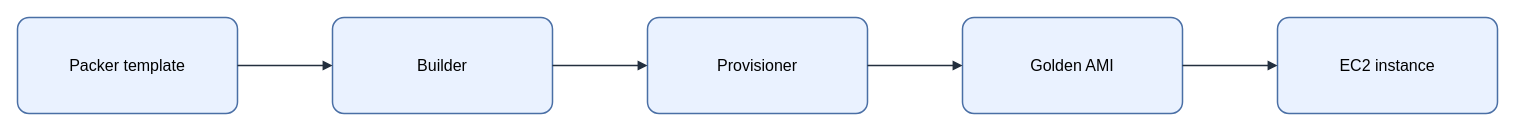
Earlier version of the draw.io diagram assets/img/iac/packer-golden-image-flow.drawio (KKamJi98/kkamji98.github.io). Source tidied: cells renumbered, new cells numbered last; positions are measured from the earlier drawing's top-left corner, leaving out a move shared by most shapes. Both pictures are drawn from the tidied source at 100%, with x=0, y=0 at pixel (17, 17).
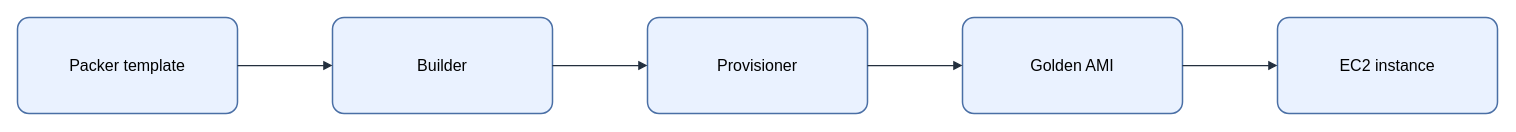
The same diagram, later.

Diff of the diagram source:
```diff
@@
 <mxGraphModel background="#FFFFFF">
   <root>
     <mxCell id="0" />
     <mxCell id="1" parent="0" />
-    <mxCell id="2" value="&lt;font style=&quot;color: rgb(0, 0, 0);&quot;&gt;Packer template&lt;/font&gt;" style="rounded=1;arcSize=12;whiteSpace=wrap;html=1;fillColor=#EAF2FF;strokeColor=#4A6FA5;strokeWidth=1.5;fontColor=#000000;fontSize=16;align=center;verticalAlign=middle;spacing=8;shadow=0;" parent="1" vertex="1">
+    <mxCell id="2" value="Packer template" style="rounded=1;arcSize=12;whiteSpace=wrap;html=0;fillColor=#EAF2FF;strokeColor=#4A6FA5;strokeWidth=1.5;fontColor=#000000;fontSize=16;align=center;verticalAlign=middle;spacing=8;shadow=0;" parent="1" vertex="1">
       <mxGeometry width="220" height="96" as="geometry" />
     </mxCell>
-    <mxCell id="3" value="&lt;font style=&quot;color: rgb(0, 0, 0);&quot;&gt;Builder&lt;/font&gt;" style="rounded=1;arcSize=12;whiteSpace=wrap;html=1;fillColor=#EAF2FF;strokeColor=#4A6FA5;strokeWidth=1.5;fontColor=#000000;fontSize=16;align=center;verticalAlign=middle;spacing=8;shadow=0;" parent="1" vertex="1">
+    <mxCell id="3" value="Builder" style="rounded=1;arcSize=12;whiteSpace=wrap;html=0;fillColor=#EAF2FF;strokeColor=#4A6FA5;strokeWidth=1.5;fontColor=#000000;fontSize=16;align=center;verticalAlign=middle;spacing=8;shadow=0;" parent="1" vertex="1">
       <mxGeometry x="315" width="220" height="96" as="geometry" />
     </mxCell>
-    <mxCell id="4" value="&lt;font style=&quot;color: rgb(0, 0, 0);&quot;&gt;Provisioner&lt;/font&gt;" style="rounded=1;arcSize=12;whiteSpace=wrap;html=1;fillColor=#EAF2FF;strokeColor=#4A6FA5;strokeWidth=1.5;fontColor=#000000;fontSize=16;align=center;verticalAlign=middle;spacing=8;shadow=0;" parent="1" vertex="1">
+    <mxCell id="4" value="Provisioner" style="rounded=1;arcSize=12;whiteSpace=wrap;html=0;fillColor=#EAF2FF;strokeColor=#4A6FA5;strokeWidth=1.5;fontColor=#000000;fontSize=16;align=center;verticalAlign=middle;spacing=8;shadow=0;" parent="1" vertex="1">
       <mxGeometry x="630" width="220" height="96" as="geometry" />
     </mxCell>
-    <mxCell id="5" value="&lt;font style=&quot;color: rgb(0, 0, 0);&quot;&gt;Golden AMI&lt;/font&gt;" style="rounded=1;arcSize=12;whiteSpace=wrap;html=1;fillColor=#EAF2FF;strokeColor=#4A6FA5;strokeWidth=1.5;fontColor=#000000;fontSize=16;align=center;verticalAlign=middle;spacing=8;shadow=0;" parent="1" vertex="1">
+    <mxCell id="5" value="Golden AMI" style="rounded=1;arcSize=12;whiteSpace=wrap;html=0;fillColor=#EAF2FF;strokeColor=#4A6FA5;strokeWidth=1.5;fontColor=#000000;fontSize=16;align=center;verticalAlign=middle;spacing=8;shadow=0;" parent="1" vertex="1">
       <mxGeometry x="945" width="220" height="96" as="geometry" />
     </mxCell>
-    <mxCell id="6" value="&lt;font style=&quot;color: rgb(0, 0, 0);&quot;&gt;EC2 instance&lt;/font&gt;" style="rounded=1;arcSize=12;whiteSpace=wrap;html=1;fillColor=#EAF2FF;strokeColor=#4A6FA5;strokeWidth=1.5;fontColor=#000000;fontSize=16;align=center;verticalAlign=middle;spacing=8;shadow=0;" parent="1" vertex="1">
+    <mxCell id="6" value="EC2 instance" style="rounded=1;arcSize=12;whiteSpace=wrap;html=0;fillColor=#EAF2FF;strokeColor=#4A6FA5;strokeWidth=1.5;fontColor=#000000;fontSize=16;align=center;verticalAlign=middle;spacing=8;shadow=0;" parent="1" vertex="1">
       <mxGeometry x="1260" width="220" height="96" as="geometry" />
     </mxCell>
-    <mxCell id="7" style="edgeStyle=orthogonalEdgeStyle;rounded=0;jettySize=auto;html=1;endArrow=block;endFill=1;strokeColor=#232F3E;strokeWidth=1.5;fontColor=#000000;labelBackgroundColor=none;exitX=1;exitY=0.5;exitDx=0;exitDy=0;entryX=0;entryY=0.5;entryDx=0;entryDy=0;" parent="1" edge="1" source="2" target="3">
+    <mxCell id="7" style="edgeStyle=orthogonalEdgeStyle;rounded=0;jettySize=auto;html=0;endArrow=block;endFill=1;strokeColor=#232F3E;strokeWidth=1.25;fontColor=#000000;labelBackgroundColor=none;exitX=1;exitY=0.5;exitDx=0;exitDy=0;entryX=0;entryY=0.5;entryDx=0;entryDy=0;" parent="1" edge="1" source="2" target="3">
       <mxGeometry relative="1" as="geometry" />
     </mxCell>
-    <mxCell id="8" style="edgeStyle=orthogonalEdgeStyle;rounded=0;jettySize=auto;html=1;endArrow=block;endFill=1;strokeColor=#232F3E;strokeWidth=1.5;fontColor=#000000;labelBackgroundColor=none;exitX=1;exitY=0.5;exitDx=0;exitDy=0;entryX=0;entryY=0.5;entryDx=0;entryDy=0;" parent="1" edge="1" source="3" target="4">
+    <mxCell id="8" style="edgeStyle=orthogonalEdgeStyle;rounded=0;jettySize=auto;html=0;endArrow=block;endFill=1;strokeColor=#232F3E;strokeWidth=1.25;fontColor=#000000;labelBackgroundColor=none;exitX=1;exitY=0.5;exitDx=0;exitDy=0;entryX=0;entryY=0.5;entryDx=0;entryDy=0;" parent="1" edge="1" source="3" target="4">
       <mxGeometry relative="1" as="geometry" />
     </mxCell>
-    <mxCell id="9" style="edgeStyle=orthogonalEdgeStyle;rounded=0;jettySize=auto;html=1;endArrow=block;endFill=1;strokeColor=#232F3E;strokeWidth=1.5;fontColor=#000000;labelBackgroundColor=none;exitX=1;exitY=0.5;exitDx=0;exitDy=0;entryX=0;entryY=0.5;entryDx=0;entryDy=0;" parent="1" edge="1" source="4" target="5">
+    <mxCell id="9" style="edgeStyle=orthogonalEdgeStyle;rounded=0;jettySize=auto;html=0;endArrow=block;endFill=1;strokeColor=#232F3E;strokeWidth=1.25;fontColor=#000000;labelBackgroundColor=none;exitX=1;exitY=0.5;exitDx=0;exitDy=0;entryX=0;entryY=0.5;entryDx=0;entryDy=0;" parent="1" edge="1" source="4" target="5">
       <mxGeometry relative="1" as="geometry" />
     </mxCell>
-    <mxCell id="10" style="edgeStyle=orthogonalEdgeStyle;rounded=0;jettySize=auto;html=1;endArrow=block;endFill=1;strokeColor=#232F3E;strokeWidth=1.5;fontColor=#000000;labelBackgroundColor=none;exitX=1;exitY=0.5;exitDx=0;exitDy=0;entryX=0;entryY=0.5;entryDx=0;entryDy=0;" parent="1" edge="1" source="5" target="6">
+    <mxCell id="10" style="edgeStyle=orthogonalEdgeStyle;rounded=0;jettySize=auto;html=0;endArrow=block;endFill=1;strokeColor=#232F3E;strokeWidth=1.25;fontColor=#000000;labelBackgroundColor=none;exitX=1;exitY=0.5;exitDx=0;exitDy=0;entryX=0;entryY=0.5;entryDx=0;entryDy=0;" parent="1" edge="1" source="5" target="6">
       <mxGeometry relative="1" as="geometry" />
     </mxCell>
   </root>
 </mxGraphModel>
```
